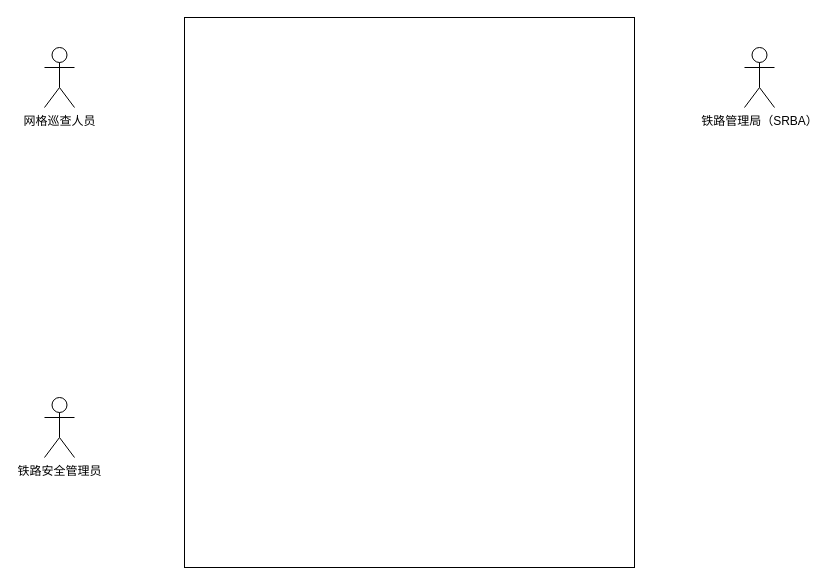
This is 用例图1.drawio from Lxlorange/drawio, a draw.io file, before an edit. Source tidied: cells renumbered, new cells numbered last; positions are measured from the earlier drawing's top-left corner, leaving out a move shared by most shapes. Both pictures are drawn from the tidied source at 100%, with x=0, y=0 at pixel (44, 17).
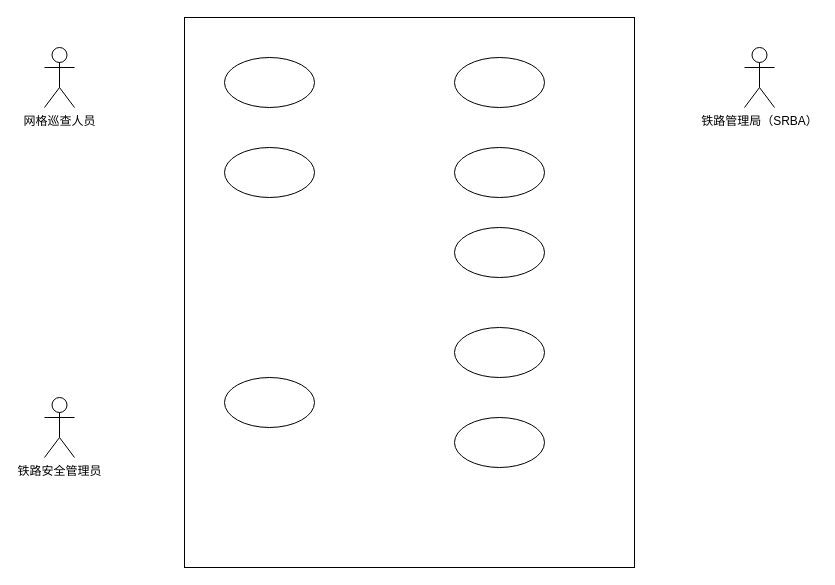
The same diagram, later.

Commit message (it also covers changes not shown here):
更新用例图1.drawio

Diff of the diagram source:
```diff
@@
 <mxGraphModel>
   <root>
     <mxCell id="0" />
     <mxCell id="1" parent="0" />
     <mxCell id="2" style="rounded=0;whiteSpace=wrap;html=1;" parent="1" vertex="1">
       <mxGeometry x="140" width="450" height="550" as="geometry" />
     </mxCell>
     <mxCell id="3" value="网格巡查人员" style="shape=umlActor;verticalLabelPosition=bottom;verticalAlign=top;html=1;" parent="1" vertex="1">
       <mxGeometry y="30" width="30" height="60" as="geometry" />
     </mxCell>
     <mxCell id="4" value="铁路安全管理员" style="shape=umlActor;verticalLabelPosition=bottom;verticalAlign=top;html=1;" parent="1" vertex="1">
       <mxGeometry y="380" width="30" height="60" as="geometry" />
     </mxCell>
     <mxCell id="5" value="铁路管理局（SRBA）" style="shape=umlActor;verticalLabelPosition=bottom;verticalAlign=top;html=1;" parent="1" vertex="1">
       <mxGeometry x="700" y="30" width="30" height="60" as="geometry" />
     </mxCell>
+    <mxCell id="6" style="ellipse;whiteSpace=wrap;html=1;" parent="1" vertex="1">
+      <mxGeometry x="180" y="40" width="90" height="50" as="geometry" />
+    </mxCell>
+    <mxCell id="7" style="ellipse;whiteSpace=wrap;html=1;" parent="1" vertex="1">
+      <mxGeometry x="410" y="40" width="90" height="50" as="geometry" />
+    </mxCell>
+    <mxCell id="8" style="ellipse;whiteSpace=wrap;html=1;" parent="1" vertex="1">
+      <mxGeometry x="180" y="130" width="90" height="50" as="geometry" />
+    </mxCell>
+    <mxCell id="9" style="ellipse;whiteSpace=wrap;html=1;" parent="1" vertex="1">
+      <mxGeometry x="410" y="210" width="90" height="50" as="geometry" />
+    </mxCell>
+    <mxCell id="10" style="ellipse;whiteSpace=wrap;html=1;" parent="1" vertex="1">
+      <mxGeometry x="410" y="130" width="90" height="50" as="geometry" />
+    </mxCell>
+    <mxCell id="11" style="ellipse;whiteSpace=wrap;html=1;" parent="1" vertex="1">
+      <mxGeometry x="410" y="310" width="90" height="50" as="geometry" />
+    </mxCell>
+    <mxCell id="12" style="ellipse;whiteSpace=wrap;html=1;" parent="1" vertex="1">
+      <mxGeometry x="410" y="400" width="90" height="50" as="geometry" />
+    </mxCell>
+    <mxCell id="13" style="ellipse;whiteSpace=wrap;html=1;" parent="1" vertex="1">
+      <mxGeometry x="180" y="360" width="90" height="50" as="geometry" />
+    </mxCell>
   </root>
 </mxGraphModel>
```
